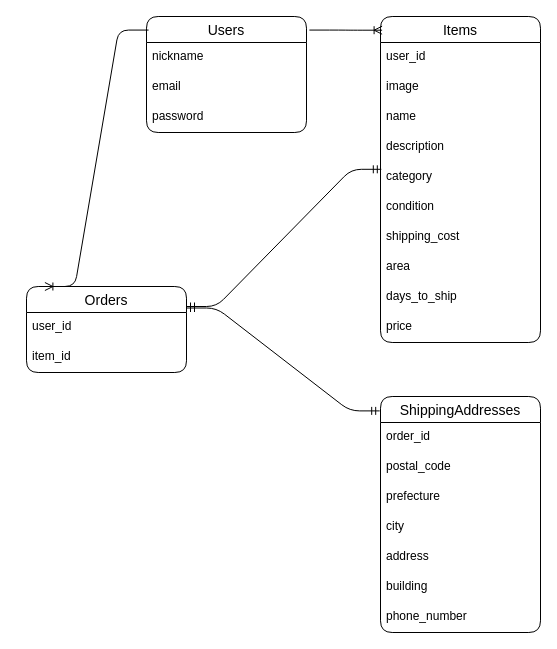
The draw.io diagram test.dio in moriyama07ichino/furima-40733, before the edit. Source tidied: cells renumbered, new cells numbered last; positions are measured from the earlier drawing's top-left corner, leaving out a move shared by most shapes. Both pictures are drawn from the tidied source at 100%, with x=0, y=0 at pixel (26, 16).
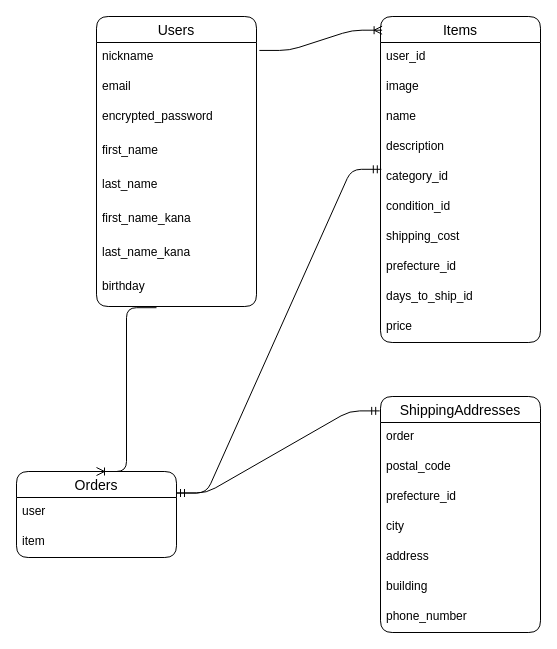
Above is the later version.

The change refers to these unchanged cells:
```xml
<mxCell id="6" value="Items" style="swimlane;fontStyle=0;horizontal=1;startSize=26;align=center;fontSize=14;rounded=1;" parent="1" vertex="1">
  <mxGeometry x="354" width="160" height="326" as="geometry" />
</mxCell>
<mxCell id="20" value="ShippingAddresses" style="swimlane;fontStyle=0;horizontal=1;startSize=26;align=center;fontSize=14;rounded=1;" parent="1" vertex="1">
  <mxGeometry x="354" y="380" width="160" height="236" as="geometry" />
</mxCell>
```

The edit, as a diff of the source:
```diff
@@
     <mxCell id="2" value="Users" style="swimlane;fontStyle=0;horizontal=1;startSize=26;align=center;fontSize=14;rounded=1;" parent="1" vertex="1">
-      <mxGeometry x="120" width="160" height="116" as="geometry" />
+      <mxGeometry x="70" width="160" height="290" as="geometry" />
     </mxCell>
@@
-    <mxCell id="5" value="password" style="text;strokeColor=none;fillColor=none;spacingLeft=4;spacingRight=4;overflow=hidden;fontSize=12;rounded=1;" parent="2" vertex="1">
-      <mxGeometry y="86" width="160" height="30" as="geometry" />
+    <mxCell id="5" value="encrypted_password" style="text;strokeColor=none;fillColor=none;spacingLeft=4;spacingRight=4;overflow=hidden;fontSize=12;rounded=1;" parent="2" vertex="1">
+      <mxGeometry y="86" width="160" height="34" as="geometry" />
     </mxCell>
+    <mxCell id="32" value="first_name" style="text;strokeColor=none;fillColor=none;spacingLeft=4;spacingRight=4;overflow=hidden;fontSize=12;rounded=1;" parent="2" vertex="1">
+      <mxGeometry y="120" width="160" height="34" as="geometry" />
+    </mxCell>
+    <mxCell id="33" value="last_name" style="text;strokeColor=none;fillColor=none;spacingLeft=4;spacingRight=4;overflow=hidden;fontSize=12;rounded=1;" parent="2" vertex="1">
+      <mxGeometry y="154" width="160" height="34" as="geometry" />
+    </mxCell>
+    <mxCell id="34" value="first_name_kana" style="text;strokeColor=none;fillColor=none;spacingLeft=4;spacingRight=4;overflow=hidden;fontSize=12;rounded=1;" parent="2" vertex="1">
+      <mxGeometry y="188" width="160" height="34" as="geometry" />
+    </mxCell>
+    <mxCell id="35" value="last_name_kana" style="text;strokeColor=none;fillColor=none;spacingLeft=4;spacingRight=4;overflow=hidden;fontSize=12;rounded=1;" parent="2" vertex="1">
+      <mxGeometry y="222" width="160" height="34" as="geometry" />
+    </mxCell>
+    <mxCell id="36" value="birthday" style="text;strokeColor=none;fillColor=none;spacingLeft=4;spacingRight=4;overflow=hidden;points=[[0,0.5],[1,0.5]];portConstraint=eastwest;fontSize=12;rounded=1;" parent="2" vertex="1">
+      <mxGeometry y="256" width="160" height="34" as="geometry" />
+    </mxCell>
@@
-    <mxCell id="11" value="category" style="text;strokeColor=none;fillColor=none;spacingLeft=4;spacingRight=4;overflow=hidden;points=[[0,0.5],[1,0.5]];portConstraint=eastwest;fontSize=12;rounded=1;" parent="6" vertex="1">
+    <mxCell id="11" value="category_id" style="text;strokeColor=none;fillColor=none;spacingLeft=4;spacingRight=4;overflow=hidden;points=[[0,0.5],[1,0.5]];portConstraint=eastwest;fontSize=12;rounded=1;" parent="6" vertex="1">
       <mxGeometry y="146" width="160" height="30" as="geometry" />
     </mxCell>
-    <mxCell id="12" value="condition" style="text;strokeColor=none;fillColor=none;spacingLeft=4;spacingRight=4;overflow=hidden;fontSize=12;rounded=1;" parent="6" vertex="1">
+    <mxCell id="12" value="condition_id" style="text;strokeColor=none;fillColor=none;spacingLeft=4;spacingRight=4;overflow=hidden;fontSize=12;rounded=1;" parent="6" vertex="1">
       <mxGeometry y="176" width="160" height="30" as="geometry" />
     </mxCell>
@@
-    <mxCell id="14" value="area" style="text;strokeColor=none;fillColor=none;spacingLeft=4;spacingRight=4;overflow=hidden;fontSize=12;rounded=1;" parent="6" vertex="1">
+    <mxCell id="14" value="prefecture_id" style="text;strokeColor=none;fillColor=none;spacingLeft=4;spacingRight=4;overflow=hidden;fontSize=12;rounded=1;" parent="6" vertex="1">
       <mxGeometry y="236" width="160" height="30" as="geometry" />
     </mxCell>
-    <mxCell id="15" value="days_to_ship" style="text;strokeColor=none;fillColor=none;spacingLeft=4;spacingRight=4;overflow=hidden;fontSize=12;rounded=1;" parent="6" vertex="1">
+    <mxCell id="15" value="days_to_ship_id" style="text;strokeColor=none;fillColor=none;spacingLeft=4;spacingRight=4;overflow=hidden;fontSize=12;rounded=1;" parent="6" vertex="1">
       <mxGeometry y="266" width="160" height="30" as="geometry" />
     </mxCell>
@@
     <mxCell id="17" value="Orders" style="swimlane;fontStyle=0;horizontal=1;startSize=26;align=center;fontSize=14;rounded=1;" parent="1" vertex="1">
-      <mxGeometry y="270" width="160" height="86" as="geometry" />
+      <mxGeometry x="-10" y="455" width="160" height="86" as="geometry" />
     </mxCell>
-    <mxCell id="18" value="user_id" style="text;strokeColor=none;fillColor=none;spacingLeft=4;spacingRight=4;overflow=hidden;fontSize=12;rounded=1;" parent="17" vertex="1">
+    <mxCell id="18" value="user" style="text;strokeColor=none;fillColor=none;spacingLeft=4;spacingRight=4;overflow=hidden;fontSize=12;rounded=1;" parent="17" vertex="1">
       <mxGeometry y="26" width="160" height="30" as="geometry" />
     </mxCell>
-    <mxCell id="19" value="item_id" style="text;strokeColor=none;fillColor=none;spacingLeft=4;spacingRight=4;overflow=hidden;fontSize=12;rounded=1;" parent="17" vertex="1">
+    <mxCell id="19" value="item" style="text;strokeColor=none;fillColor=none;spacingLeft=4;spacingRight=4;overflow=hidden;fontSize=12;rounded=1;" parent="17" vertex="1">
       <mxGeometry y="56" width="160" height="30" as="geometry" />
     </mxCell>
@@
-    <mxCell id="21" value="order_id" style="text;strokeColor=none;fillColor=none;spacingLeft=4;spacingRight=4;overflow=hidden;fontSize=12;rounded=1;" parent="20" vertex="1">
+    <mxCell id="21" value="order" style="text;strokeColor=none;fillColor=none;spacingLeft=4;spacingRight=4;overflow=hidden;fontSize=12;rounded=1;" parent="20" vertex="1">
       <mxGeometry y="26" width="160" height="30" as="geometry" />
     </mxCell>
@@
-    <mxCell id="23" value="prefecture" style="text;strokeColor=none;fillColor=none;spacingLeft=4;spacingRight=4;overflow=hidden;fontSize=12;rounded=1;" parent="20" vertex="1">
+    <mxCell id="23" value="prefecture_id" style="text;strokeColor=none;fillColor=none;spacingLeft=4;spacingRight=4;overflow=hidden;fontSize=12;rounded=1;" parent="20" vertex="1">
       <mxGeometry y="86" width="160" height="30" as="geometry" />
     </mxCell>
@@
-    <mxCell id="29" style="edgeStyle=entityRelationEdgeStyle;fontSize=12;html=1;endArrow=ERoneToMany;entryX=0.115;entryY=0;entryDx=0;entryDy=0;rounded=1;entryPerimeter=0;exitX=0.013;exitY=0.117;exitDx=0;exitDy=0;exitPerimeter=0;" parent="1" edge="1" source="2" target="17">
+    <mxCell id="29" style="edgeStyle=entityRelationEdgeStyle;fontSize=12;html=1;endArrow=ERoneToMany;entryX=0.5;entryY=0;entryDx=0;entryDy=0;rounded=1;exitX=0.375;exitY=1.035;exitDx=0;exitDy=0;exitPerimeter=0;" parent="1" edge="1" source="36" target="17">
       <mxGeometry relative="1" as="geometry" />
     </mxCell>
@@
-    <mxCell id="31" style="edgeStyle=entityRelationEdgeStyle;fontSize=12;html=1;endArrow=ERmandOne;startArrow=ERmandOne;entryX=0.005;entryY=0.227;entryDx=0;entryDy=0;entryPerimeter=0;" parent="1" edge="1" target="11">
-      <mxGeometry relative="1" as="geometry">
-        <mxPoint x="160" y="290" as="sourcePoint" />
-      </mxGeometry>
+    <mxCell id="31" style="edgeStyle=entityRelationEdgeStyle;fontSize=12;html=1;endArrow=ERmandOne;startArrow=ERmandOne;entryX=0.005;entryY=0.227;entryDx=0;entryDy=0;entryPerimeter=0;exitX=1;exitY=0.25;exitDx=0;exitDy=0;" parent="1" edge="1" source="17" target="11">
+      <mxGeometry relative="1" as="geometry" />
     </mxCell>
```
